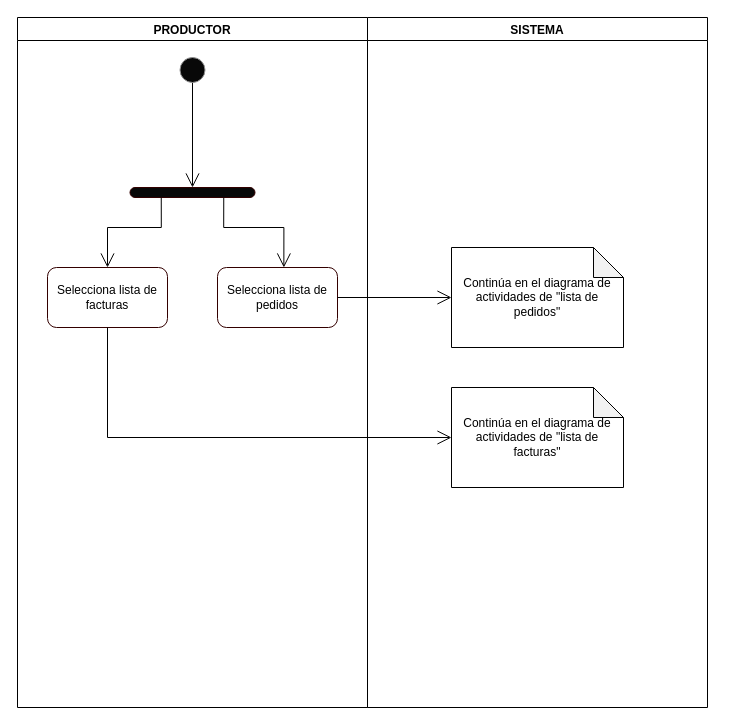
Earlier version of the draw.io diagram Documentos Entrega 1/Diagramas de Actividades/draw/3. Compras a Proveedores.drawio (rsca7213/SBD1-Perfumeria). Source tidied: cells renumbered, new cells numbered last; positions are measured from the earlier drawing's top-left corner, leaving out a move shared by most shapes. Both pictures are drawn from the tidied source at 100%, with x=0, y=0 at pixel (17, 17).
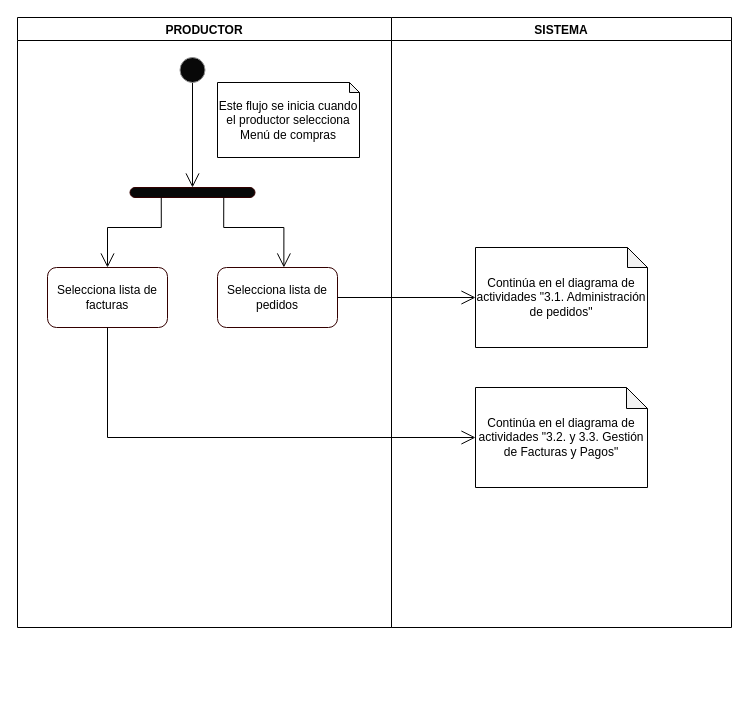
After the change.

The edit, as a diff of the source:
```diff
@@
 <mxGraphModel>
   <root>
     <mxCell id="0" />
     <mxCell id="1" parent="0" />
     <mxCell id="2" value="PRODUCTOR" style="swimlane;gradientColor=none;" parent="1" vertex="1">
-      <mxGeometry width="350" height="690" as="geometry" />
+      <mxGeometry width="374" height="610" as="geometry" />
     </mxCell>
     <mxCell id="3" style="edgeStyle=orthogonalEdgeStyle;rounded=0;jettySize=auto;html=1;entryX=0.5;entryY=0;entryDx=0;entryDy=0;endSize=12;endArrow=open;endFill=0;" parent="2" edge="1" source="4" target="5">
       <mxGeometry relative="1" as="geometry" />
     </mxCell>
     <mxCell id="4" style="ellipse;whiteSpace=wrap;html=1;strokeColor=#919191;fillColor=#080808;gradientColor=none;" parent="2" vertex="1">
       <mxGeometry x="162.5" y="40" width="25" height="25" as="geometry" />
     </mxCell>
     <mxCell id="5" style="rounded=1;whiteSpace=wrap;html=1;strokeColor=#330000;fillColor=#080808;gradientColor=none;arcSize=50;" parent="2" vertex="1">
       <mxGeometry x="112.5" y="170" width="125" height="10" as="geometry" />
     </mxCell>
     <mxCell id="6" style="edgeStyle=orthogonalEdgeStyle;rounded=0;jettySize=auto;html=1;exitX=0.5;exitY=0;exitDx=0;exitDy=0;entryX=0.25;entryY=1;entryDx=0;entryDy=0;endArrow=none;endFill=0;endSize=12;startArrow=open;startFill=0;targetPerimeterSpacing=0;startSize=12;" parent="2" edge="1" source="7" target="5">
       <mxGeometry relative="1" as="geometry" />
     </mxCell>
     <mxCell id="7" value="Selecciona lista de facturas" style="rounded=1;whiteSpace=wrap;html=1;strokeColor=#330000;fillColor=#FFFFFF;gradientColor=none;" parent="2" vertex="1">
       <mxGeometry x="30" y="250" width="120" height="60" as="geometry" />
     </mxCell>
     <mxCell id="8" style="edgeStyle=orthogonalEdgeStyle;rounded=0;jettySize=auto;html=1;exitX=0.553;exitY=0;exitDx=0;exitDy=0;endArrow=none;endFill=0;startArrow=open;startFill=0;sourcePerimeterSpacing=0;startSize=12;entryX=0.75;entryY=1;entryDx=0;entryDy=0;exitPerimeter=0;" parent="2" edge="1" source="9" target="5">
       <mxGeometry relative="1" as="geometry" />
     </mxCell>
     <mxCell id="9" value="Selecciona lista de pedidos" style="rounded=1;whiteSpace=wrap;html=1;strokeColor=#330000;fillColor=#FFFFFF;gradientColor=none;" parent="2" vertex="1">
       <mxGeometry x="200" y="250" width="120" height="60" as="geometry" />
     </mxCell>
+    <mxCell id="15" value="Este flujo se inicia cuando el productor selecciona Menú de compras" style="shape=note;whiteSpace=wrap;html=1;backgroundOutline=1;darkOpacity=0.05;size=10;" parent="2" vertex="1">
+      <mxGeometry x="200" y="65" width="142" height="75" as="geometry" />
+    </mxCell>
     <mxCell id="10" value="SISTEMA" style="swimlane;gradientColor=none;" parent="1" vertex="1">
-      <mxGeometry x="350" width="340" height="690" as="geometry" />
+      <mxGeometry x="374" width="340" height="610" as="geometry" />
     </mxCell>
-    <mxCell id="11" value="Continúa en el diagrama de actividades de &quot;lista de pedidos&quot;" style="shape=note;whiteSpace=wrap;html=1;backgroundOutline=1;darkOpacity=0.05;" parent="10" vertex="1">
+    <mxCell id="11" value="Continúa en el diagrama de actividades &quot;3.1. Administración de pedidos&quot;" style="shape=note;whiteSpace=wrap;html=1;backgroundOutline=1;darkOpacity=0.05;size=20;" parent="10" vertex="1">
       <mxGeometry x="84" y="230" width="172" height="100" as="geometry" />
     </mxCell>
-    <mxCell id="12" value="Continúa en el diagrama de actividades de &quot;lista de facturas&quot;" style="shape=note;whiteSpace=wrap;html=1;backgroundOutline=1;darkOpacity=0.05;" parent="10" vertex="1">
+    <mxCell id="12" value="Continúa en el diagrama de actividades &quot;3.2. y 3.3. Gestión de Facturas y Pagos&quot;" style="shape=note;whiteSpace=wrap;html=1;backgroundOutline=1;darkOpacity=0.05;size=21;" parent="10" vertex="1">
       <mxGeometry x="84" y="370" width="172" height="100" as="geometry" />
     </mxCell>
     <mxCell id="13" style="edgeStyle=orthogonalEdgeStyle;rounded=0;jettySize=auto;html=1;startArrow=open;startFill=0;startSize=12;sourcePerimeterSpacing=0;endArrow=none;endFill=0;" parent="1" edge="1" source="12" target="7">
       <mxGeometry relative="1" as="geometry" />
     </mxCell>
     <mxCell id="14" style="edgeStyle=orthogonalEdgeStyle;rounded=0;jettySize=auto;html=1;entryX=1;entryY=0.5;entryDx=0;entryDy=0;startArrow=open;startFill=0;startSize=12;sourcePerimeterSpacing=0;endArrow=none;endFill=0;" parent="1" edge="1" source="11" target="9">
       <mxGeometry relative="1" as="geometry" />
     </mxCell>
   </root>
 </mxGraphModel>
```
